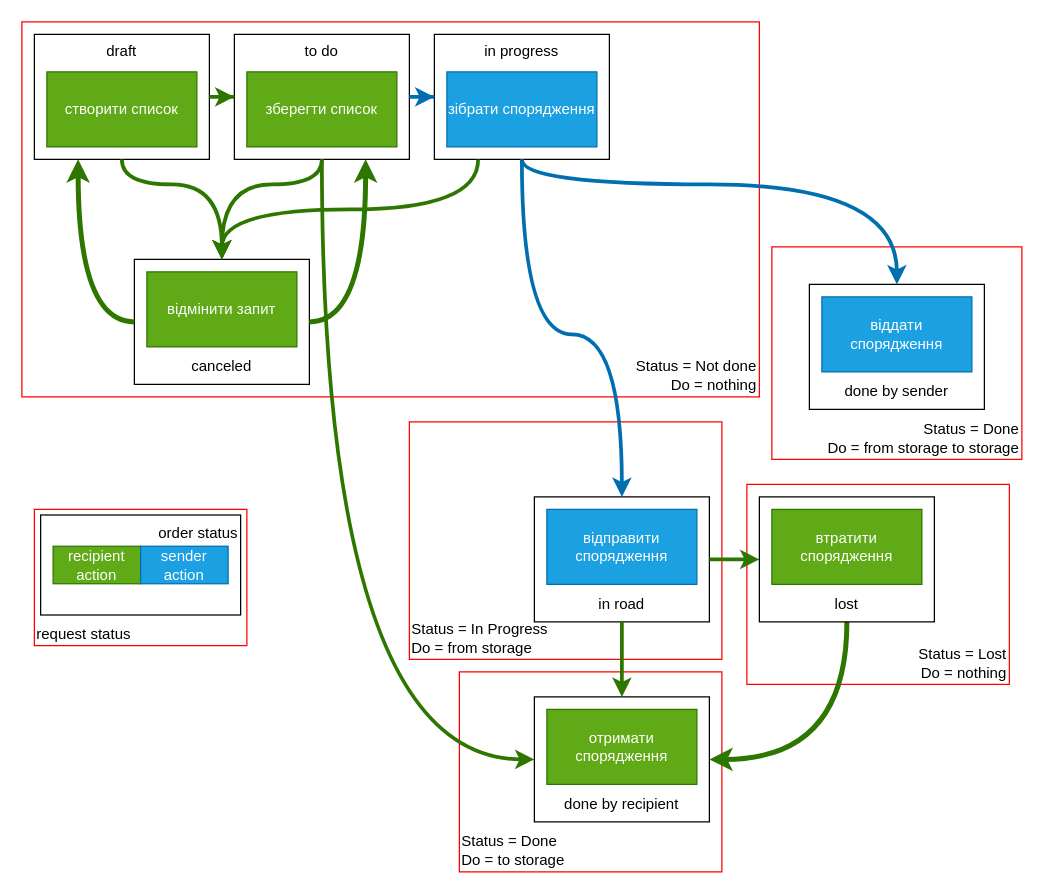
Above: drawio/status processing.drawio in Aszhelt/MH_Training (draw.io), before the change. Source tidied: cells renumbered, new cells numbered last; positions are measured from the earlier drawing's top-left corner, leaving out a move shared by most shapes. Both pictures are drawn from the tidied source at 125%, with x=0, y=0 at pixel (21, 21).
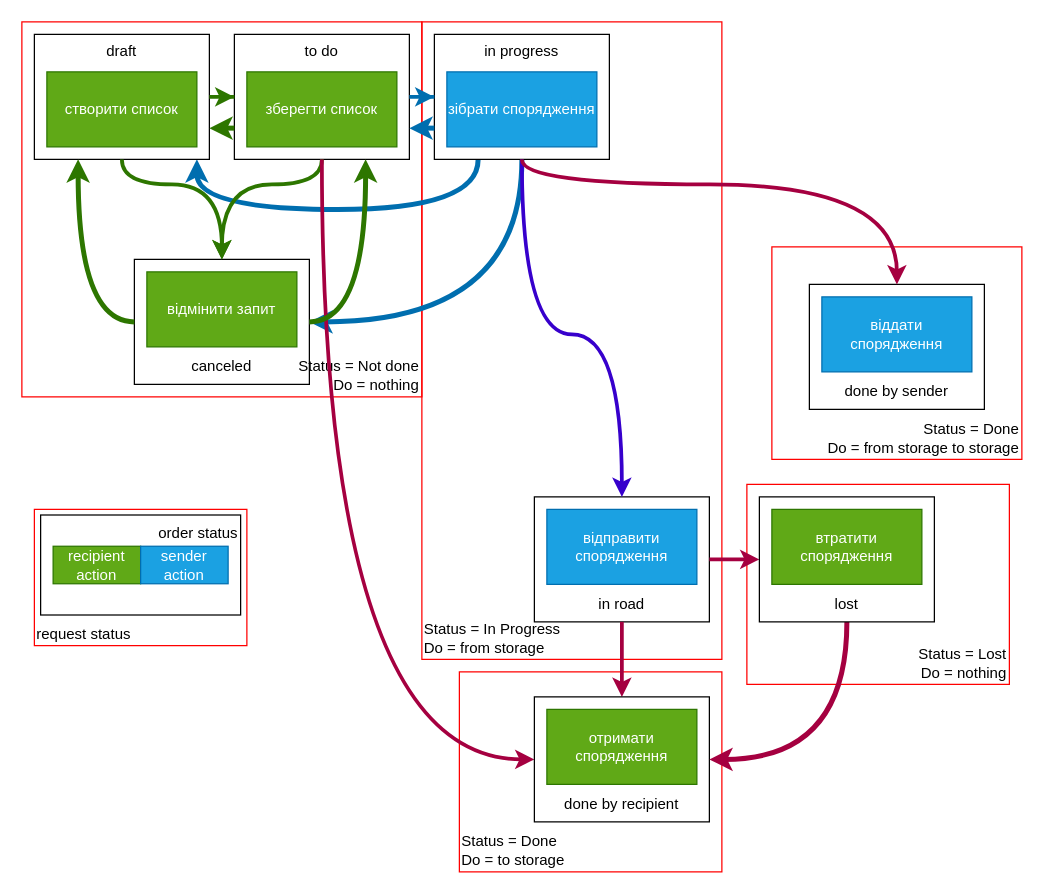
Above is the later version.

Commit message (it also covers changes not shown here):
change_order_status function without canceled

Unchanged cells that the change refers to:
```xml
<mxCell id="2" value="&lt;br&gt;&lt;br&gt;&lt;br&gt;&lt;br&gt;&lt;br&gt;done by sender" style="rounded=0;whiteSpace=wrap;html=1;fillColor=none;" parent="1" vertex="1">
  <mxGeometry x="630" y="210" width="140" height="100" as="geometry" />
</mxCell>
<mxCell id="3" value="&lt;br&gt;&lt;br&gt;&lt;br&gt;&lt;br&gt;&lt;br&gt;in road" style="rounded=0;whiteSpace=wrap;html=1;fillColor=none;" parent="1" vertex="1">
  <mxGeometry x="410" y="380" width="140" height="100" as="geometry" />
</mxCell>
<mxCell id="4" value="&lt;br&gt;&lt;br&gt;&lt;br&gt;&lt;br&gt;&lt;br&gt;canceled" style="rounded=0;whiteSpace=wrap;html=1;fillColor=none;" parent="1" vertex="1">
  <mxGeometry x="90" y="190" width="140" height="100" as="geometry" />
</mxCell>
<mxCell id="5" value="in progress&lt;br&gt;&lt;br&gt;&lt;br&gt;&lt;br&gt;&lt;br&gt;&lt;br&gt;" style="rounded=0;whiteSpace=wrap;html=1;fillColor=none;" parent="1" vertex="1">
  <mxGeometry x="330" y="10" width="140" height="100" as="geometry" />
</mxCell>
<mxCell id="6" value="to do&lt;br&gt;&lt;br&gt;&lt;br&gt;&lt;br&gt;&lt;br&gt;&lt;br&gt;" style="rounded=0;whiteSpace=wrap;html=1;fillColor=none;" parent="1" vertex="1">
  <mxGeometry x="170" y="10" width="140" height="100" as="geometry" />
</mxCell>
<mxCell id="7" value="draft&lt;br&gt;&lt;br&gt;&lt;br&gt;&lt;br&gt;&lt;br&gt;&lt;br&gt;" style="rounded=0;whiteSpace=wrap;html=1;fillColor=none;" parent="1" vertex="1">
  <mxGeometry x="10" y="10" width="140" height="100" as="geometry" />
</mxCell>
<mxCell id="29" value="&lt;br&gt;&lt;br&gt;&lt;br&gt;&lt;br&gt;&lt;br&gt;done by recipient" style="rounded=0;whiteSpace=wrap;html=1;fillColor=none;" parent="1" vertex="1">
  <mxGeometry x="410" y="540" width="140" height="100" as="geometry" />
</mxCell>
<mxCell id="32" value="&lt;br&gt;&lt;br&gt;&lt;br&gt;&lt;br&gt;&lt;br&gt;lost" style="rounded=0;whiteSpace=wrap;html=1;fillColor=none;" parent="1" vertex="1">
  <mxGeometry x="590" y="380" width="140" height="100" as="geometry" />
</mxCell>
```

Diff of the diagram source:
```diff
@@
+    <mxCell id="8" value="Status = In Progress&lt;br&gt;Do = from storage" style="rounded=0;whiteSpace=wrap;html=1;align=left;fillColor=none;shadow=0;glass=0;verticalAlign=bottom;strokeColor=#FF0000;" parent="1" vertex="1">
+      <mxGeometry x="320" width="240" height="510" as="geometry" />
+    </mxCell>
+    <mxCell id="11" value="Status = Not done&lt;br&gt;Do = nothing" style="rounded=0;whiteSpace=wrap;html=1;align=right;fillColor=none;shadow=0;glass=0;verticalAlign=bottom;strokeColor=#FF0000;" parent="1" vertex="1">
+      <mxGeometry width="320" height="300" as="geometry" />
+    </mxCell>
@@
+    <mxCell id="23" style="edgeStyle=orthogonalEdgeStyle;curved=1;rounded=0;jettySize=auto;html=1;exitX=0.5;exitY=1;exitDx=0;exitDy=0;entryX=1;entryY=0.5;entryDx=0;entryDy=0;strokeWidth=4;fillColor=#1ba1e2;strokeColor=#006EAF;" parent="1" edge="1" source="5" target="4">
+      <mxGeometry relative="1" as="geometry" />
+    </mxCell>
+    <mxCell id="40" style="edgeStyle=orthogonalEdgeStyle;curved=1;rounded=0;jettySize=auto;html=1;strokeWidth=4;exitX=0.25;exitY=1;exitDx=0;exitDy=0;fillColor=#1ba1e2;strokeColor=#006EAF;" parent="1" edge="1" source="5" target="7">
+      <mxGeometry relative="1" as="geometry">
+        <Array as="points">
+          <mxPoint x="365" y="150" />
+          <mxPoint x="140" y="150" />
+        </Array>
+      </mxGeometry>
+    </mxCell>
@@
-    <mxCell id="8" value="Status = In Progress&lt;br&gt;Do = from storage" style="rounded=0;whiteSpace=wrap;html=1;align=left;fillColor=none;shadow=0;glass=0;verticalAlign=bottom;strokeColor=#FF0000;" parent="1" vertex="1">
-      <mxGeometry x="310" y="320" width="250" height="190" as="geometry" />
-    </mxCell>
@@
-    <mxCell id="11" value="Status = Not done&lt;br&gt;Do = nothing" style="rounded=0;whiteSpace=wrap;html=1;align=right;fillColor=none;shadow=0;glass=0;verticalAlign=bottom;strokeColor=#FF0000;" parent="1" vertex="1">
-      <mxGeometry width="590" height="300" as="geometry" />
-    </mxCell>
@@
-    <mxCell id="19" style="edgeStyle=orthogonalEdgeStyle;rounded=0;jettySize=auto;html=1;fillColor=#60a917;strokeColor=#2D7600;endSize=6;strokeWidth=3;" parent="1" edge="1" source="3" target="29">
+    <mxCell id="19" style="edgeStyle=orthogonalEdgeStyle;rounded=0;jettySize=auto;html=1;fillColor=#d80073;strokeColor=#A50040;endSize=6;strokeWidth=3;" parent="1" edge="1" source="3" target="29">
       <mxGeometry relative="1" as="geometry" />
     </mxCell>
-    <mxCell id="20" style="edgeStyle=orthogonalEdgeStyle;rounded=0;jettySize=auto;html=1;fillColor=#60a917;strokeColor=#2D7600;endSize=6;strokeWidth=3;" parent="1" edge="1" source="3" target="32">
+    <mxCell id="20" style="edgeStyle=orthogonalEdgeStyle;rounded=0;jettySize=auto;html=1;fillColor=#d80073;strokeColor=#A50040;endSize=6;strokeWidth=3;" parent="1" edge="1" source="3" target="32">
       <mxGeometry relative="1" as="geometry" />
     </mxCell>
-    <mxCell id="21" style="edgeStyle=orthogonalEdgeStyle;jettySize=auto;html=1;fillColor=#1ba1e2;strokeColor=#006EAF;endSize=6;strokeWidth=3;curved=1;" parent="1" edge="1" source="5" target="3">
+    <mxCell id="21" style="edgeStyle=orthogonalEdgeStyle;jettySize=auto;html=1;fillColor=#6a00ff;strokeColor=#3700CC;endSize=6;strokeWidth=3;curved=1;" parent="1" edge="1" source="5" target="3">
       <mxGeometry relative="1" as="geometry">
         <Array as="points">
           <mxPoint x="400" y="250" />
           <mxPoint x="480" y="250" />
         </Array>
       </mxGeometry>
     </mxCell>
-    <mxCell id="22" style="edgeStyle=orthogonalEdgeStyle;jettySize=auto;html=1;fillColor=#1ba1e2;strokeColor=#006EAF;endSize=6;strokeWidth=3;curved=1;" parent="1" edge="1" source="5" target="2">
+    <mxCell id="22" style="edgeStyle=orthogonalEdgeStyle;jettySize=auto;html=1;fillColor=#d80073;strokeColor=#A50040;endSize=6;strokeWidth=3;curved=1;" parent="1" edge="1" source="5" target="2">
       <mxGeometry relative="1" as="geometry">
         <Array as="points">
           <mxPoint x="400" y="130" />
           <mxPoint x="700" y="130" />
         </Array>
       </mxGeometry>
     </mxCell>
-    <mxCell id="23" style="edgeStyle=orthogonalEdgeStyle;jettySize=auto;html=1;entryX=0.5;entryY=0;entryDx=0;entryDy=0;fillColor=#60a917;strokeColor=#2D7600;exitX=0.25;exitY=1;exitDx=0;exitDy=0;endSize=6;strokeWidth=3;curved=1;" parent="1" edge="1" source="5" target="4">
-      <mxGeometry relative="1" as="geometry" />
-    </mxCell>
@@
-    <mxCell id="26" style="edgeStyle=orthogonalEdgeStyle;jettySize=auto;html=1;exitX=0.5;exitY=1;exitDx=0;exitDy=0;fillColor=#60a917;strokeColor=#2D7600;endSize=6;strokeWidth=3;curved=1;" parent="1" edge="1" source="6" target="29">
+    <mxCell id="26" style="edgeStyle=orthogonalEdgeStyle;jettySize=auto;html=1;exitX=0.5;exitY=1;exitDx=0;exitDy=0;fillColor=#d80073;strokeColor=#A50040;endSize=6;strokeWidth=3;curved=1;" parent="1" edge="1" source="6" target="29">
       <mxGeometry relative="1" as="geometry">
         <Array as="points">
           <mxPoint x="240" y="590" />
         </Array>
       </mxGeometry>
     </mxCell>
@@
-    <mxCell id="31" style="edgeStyle=orthogonalEdgeStyle;curved=1;rounded=0;jettySize=auto;html=1;exitX=0.5;exitY=1;exitDx=0;exitDy=0;strokeWidth=4;entryX=1;entryY=0.5;entryDx=0;entryDy=0;fillColor=#60a917;strokeColor=#2D7600;" parent="1" edge="1" source="32" target="29">
+    <mxCell id="31" style="edgeStyle=orthogonalEdgeStyle;curved=1;rounded=0;jettySize=auto;html=1;exitX=0.5;exitY=1;exitDx=0;exitDy=0;strokeWidth=4;entryX=1;entryY=0.5;entryDx=0;entryDy=0;fillColor=#d80073;strokeColor=#A50040;" parent="1" edge="1" source="32" target="29">
       <mxGeometry relative="1" as="geometry" />
     </mxCell>
@@
+    <mxCell id="41" style="endArrow=classic;html=1;strokeWidth=4;fillColor=#1ba1e2;strokeColor=#006EAF;entryX=1;entryY=0.75;entryDx=0;entryDy=0;exitX=0;exitY=0.75;exitDx=0;exitDy=0;" parent="1" edge="1" source="5" target="6">
+      <mxGeometry relative="1" as="geometry" />
+    </mxCell>
+    <mxCell id="42" style="endArrow=classic;html=1;strokeWidth=4;exitX=0;exitY=0.75;exitDx=0;exitDy=0;entryX=1;entryY=0.75;entryDx=0;entryDy=0;fillColor=#60a917;strokeColor=#2D7600;" parent="1" edge="1" source="6" target="7">
+      <mxGeometry relative="1" as="geometry" />
+    </mxCell>
```
